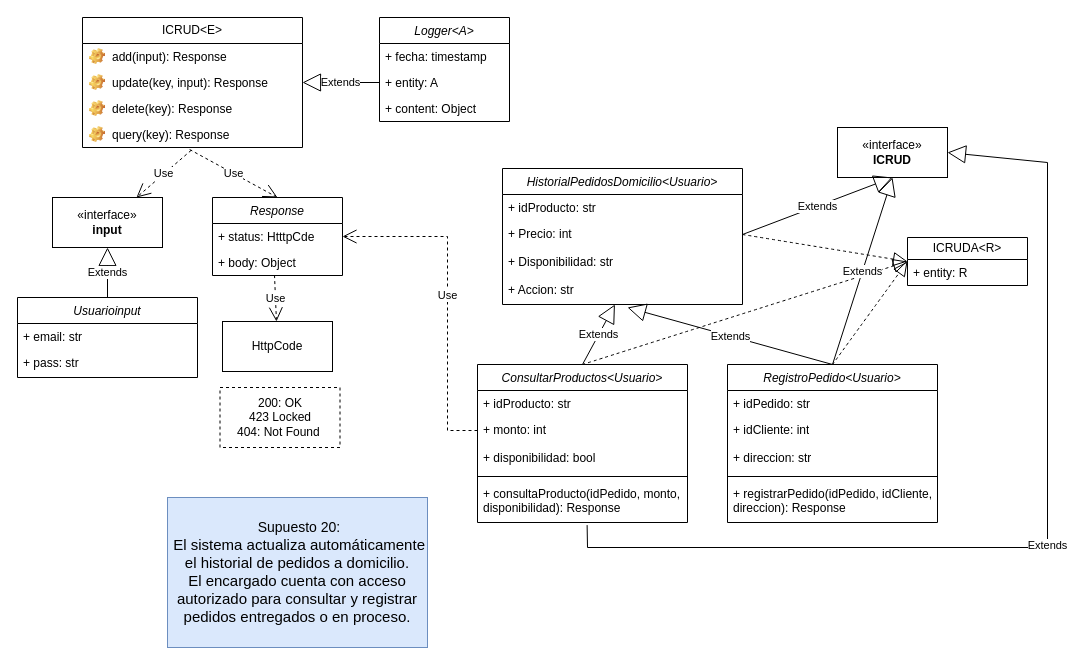
Giggin-html/dwm4 keeps this draw.io diagram as Front-End_Sprint/Diagrama Supuesto20.drawio. Above is the earlier version. Source tidied: cells renumbered, new cells numbered last; positions are measured from the earlier drawing's top-left corner, leaving out a move shared by most shapes. Both pictures are drawn from the tidied source at 100%, with x=0, y=0 at pixel (17, 17).
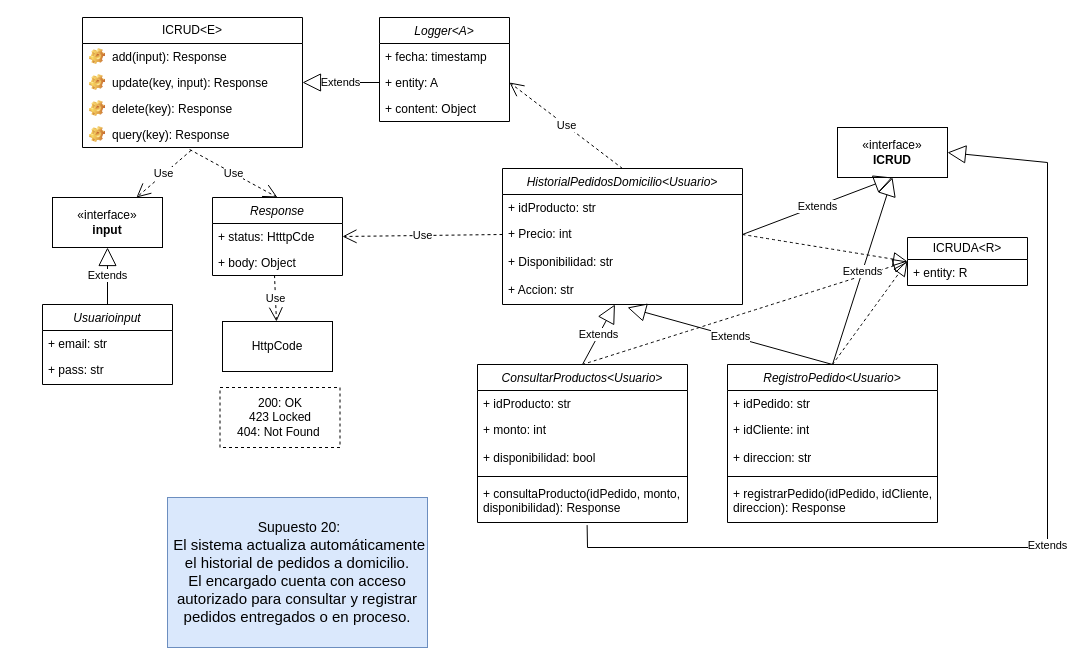
The same page after the edit.

Unchanged cells that the change refers to:
```xml
<mxCell id="15" value="+ status: HtttpCde" style="text;strokeColor=none;fillColor=none;align=left;verticalAlign=top;spacingLeft=4;spacingRight=4;overflow=hidden;points=[[0,0.5],[1,0.5]];portConstraint=eastwest;whiteSpace=wrap;html=1;" parent="14" vertex="1">
  <mxGeometry y="26" width="130" height="26" as="geometry" />
</mxCell>
<mxCell id="24" value="+ entity: A" style="text;strokeColor=none;fillColor=none;align=left;verticalAlign=top;spacingLeft=4;spacingRight=4;overflow=hidden;points=[[0,0.5],[1,0.5]];portConstraint=eastwest;whiteSpace=wrap;html=1;" parent="22" vertex="1">
  <mxGeometry y="52" width="130" height="26" as="geometry" />
</mxCell>
<mxCell id="30" value="+ monto: int" style="text;strokeColor=none;fillColor=none;align=left;verticalAlign=top;spacingLeft=4;spacingRight=4;overflow=hidden;points=[[0,0.5],[1,0.5]];portConstraint=eastwest;whiteSpace=wrap;html=1;" parent="28" vertex="1">
  <mxGeometry y="52" width="210" height="28" as="geometry" />
</mxCell>
<mxCell id="34" value="HistorialPedidosDomicilio&lt;Usuario&gt;" style="swimlane;fontStyle=2;align=center;verticalAlign=top;horizontal=1;startSize=26;rounded=0;shadow=0;strokeWidth=1;" parent="1" vertex="1">
  <mxGeometry x="485" y="151" width="240" height="136" as="geometry" />
</mxCell>
<mxCell id="36" value="+ Precio: int" style="text;strokeColor=none;fillColor=none;align=left;verticalAlign=top;spacingLeft=4;spacingRight=4;overflow=hidden;points=[[0,0.5],[1,0.5]];portConstraint=eastwest;whiteSpace=wrap;html=1;" parent="34" vertex="1">
  <mxGeometry y="52" width="240" height="28" as="geometry" />
</mxCell>
```

What changed in the source:
```diff
@@
     <mxCell id="10" value="Usuarioinput" style="swimlane;fontStyle=2;align=center;verticalAlign=top;horizontal=1;startSize=26;rounded=0;shadow=0;strokeWidth=1;" parent="1" vertex="1">
-      <mxGeometry y="280" width="180" height="80" as="geometry" />
+      <mxGeometry x="25" y="287" width="130" height="80" as="geometry" />
     </mxCell>
     <mxCell id="11" value="+ email: str" style="text;strokeColor=none;fillColor=none;align=left;verticalAlign=top;spacingLeft=4;spacingRight=4;overflow=hidden;whiteSpace=wrap;html=1;" parent="10" vertex="1">
-      <mxGeometry y="26" width="180" height="26" as="geometry" />
+      <mxGeometry y="26" width="130" height="26" as="geometry" />
     </mxCell>
     <mxCell id="12" value="+ pass: str" style="text;strokeColor=none;fillColor=none;align=left;verticalAlign=top;spacingLeft=4;spacingRight=4;overflow=hidden;whiteSpace=wrap;html=1;" parent="10" vertex="1">
-      <mxGeometry y="52" width="180" height="26" as="geometry" />
+      <mxGeometry y="52" width="130" height="26" as="geometry" />
     </mxCell>
@@
-    <mxCell id="21" value="Use" style="endArrow=open;endSize=12;dashed=1;html=1;rounded=0;entryX=1;entryY=0.5;entryDx=0;entryDy=0;exitX=0;exitY=0.5;exitDx=0;exitDy=0;" parent="1" edge="1" source="30" target="15">
-      <mxGeometry relative="1" as="geometry">
-        <Array as="points">
-          <mxPoint x="430" y="413" />
-          <mxPoint x="430" y="219" />
-        </Array>
-      </mxGeometry>
+    <mxCell id="21" value="Use" style="endArrow=open;endSize=12;dashed=1;html=1;rounded=0;entryX=1;entryY=0.5;entryDx=0;entryDy=0;exitX=0;exitY=0.5;exitDx=0;exitDy=0;" parent="1" edge="1" source="36" target="15">
+      <mxGeometry relative="1" as="geometry" />
     </mxCell>
@@
+    <mxCell id="55" value="Use" style="endArrow=open;endSize=12;dashed=1;html=1;rounded=0;entryX=1;entryY=0.5;entryDx=0;entryDy=0;exitX=0.5;exitY=0;exitDx=0;exitDy=0;" parent="1" edge="1" source="34" target="24">
+      <mxGeometry relative="1" as="geometry" />
+    </mxCell>
```
